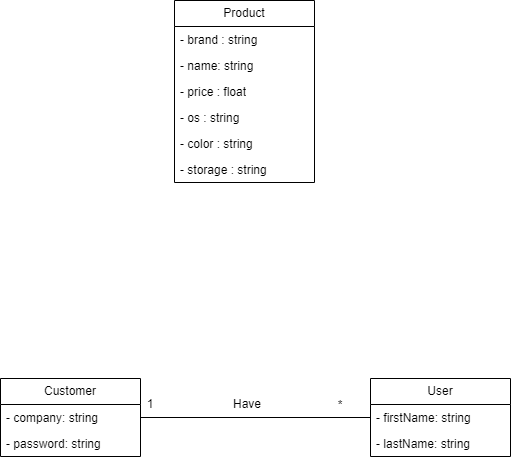
Above: diagrams/Class diagram.png in Jexinte/Bilemo-API (draw.io), before the change. Source tidied: cells renumbered, new cells last; positions are measured from the earlier drawing's top-left corner, leaving out a move shared by most shapes.
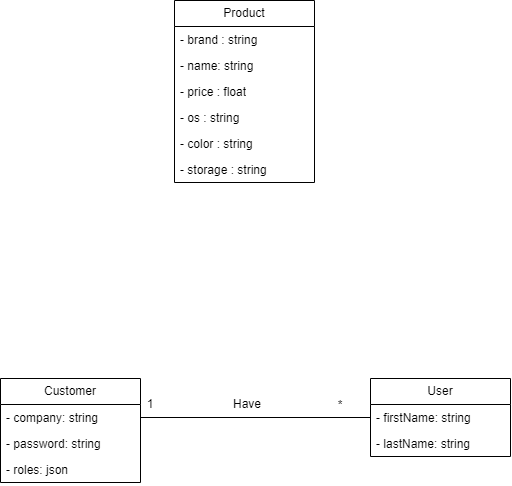
Later version of the same file.

Commit message:
update class diagram

What changed in the source:
```diff
@@ -33,7 +33,7 @@
       <mxGeometry y="156" width="140" height="26" as="geometry" />
     </mxCell>
     <mxCell id="12" value="Customer" style="swimlane;fontStyle=0;horizontal=1;startSize=26;fillColor=none;whiteSpace=wrap;html=1;" parent="1" vertex="1">
-      <mxGeometry y="378" width="140" height="78" as="geometry" />
+      <mxGeometry y="378" width="140" height="104" as="geometry" />
     </mxCell>
     <mxCell id="13" value="- company: string" style="text;strokeColor=none;fillColor=none;align=left;verticalAlign=top;spacingLeft=4;spacingRight=4;overflow=hidden;points=[[0,0.5],[1,0.5]];portConstraint=eastwest;whiteSpace=wrap;html=1;" parent="12" vertex="1">
       <mxGeometry y="26" width="140" height="26" as="geometry" />
@@ -41,6 +41,9 @@
     <mxCell id="14" value="- password: string" style="text;strokeColor=none;fillColor=none;align=left;verticalAlign=top;spacingLeft=4;spacingRight=4;overflow=hidden;whiteSpace=wrap;html=1;" parent="12" vertex="1">
       <mxGeometry y="52" width="140" height="26" as="geometry" />
     </mxCell>
+    <mxCell id="19" value="- roles: json" style="text;strokeColor=none;fillColor=none;align=left;verticalAlign=top;spacingLeft=4;spacingRight=4;overflow=hidden;whiteSpace=wrap;html=1;" parent="12" vertex="1">
+      <mxGeometry y="78" width="140" height="26" as="geometry" />
+    </mxCell>
     <mxCell id="15" style="endArrow=none;html=1;rounded=0;" parent="1" edge="1" source="13" target="3">
       <mxGeometry relative="1" as="geometry" />
     </mxCell>
```
